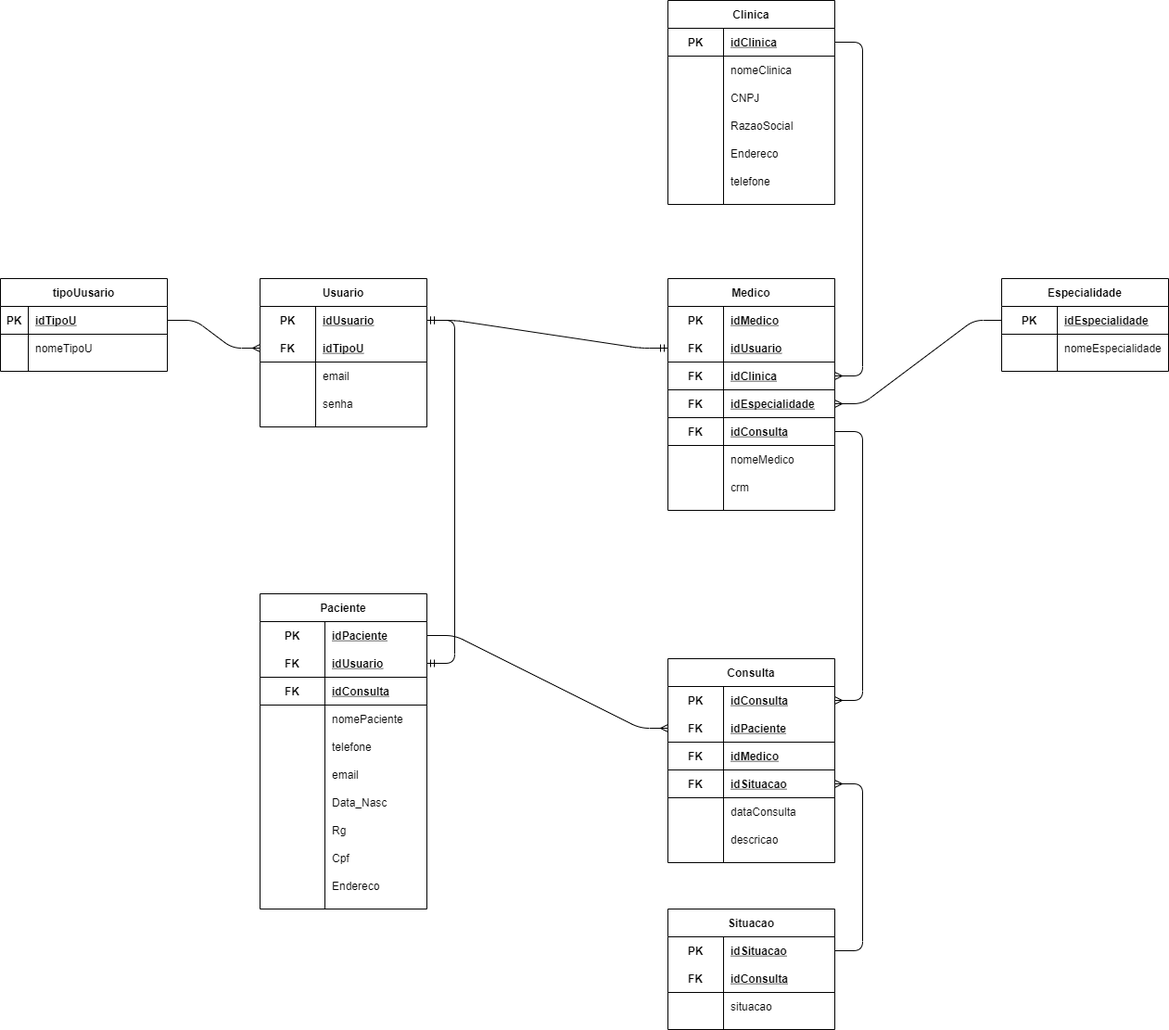
Before: modelagens/Modelo_logico-Lógico.png, a diagram exported from draw.io (EdsonJunior04/Projeto-SP-Med.-Group). Source tidied: cells renumbered, new cells last; positions are measured from the earlier drawing's top-left corner, leaving out a move shared by most shapes.
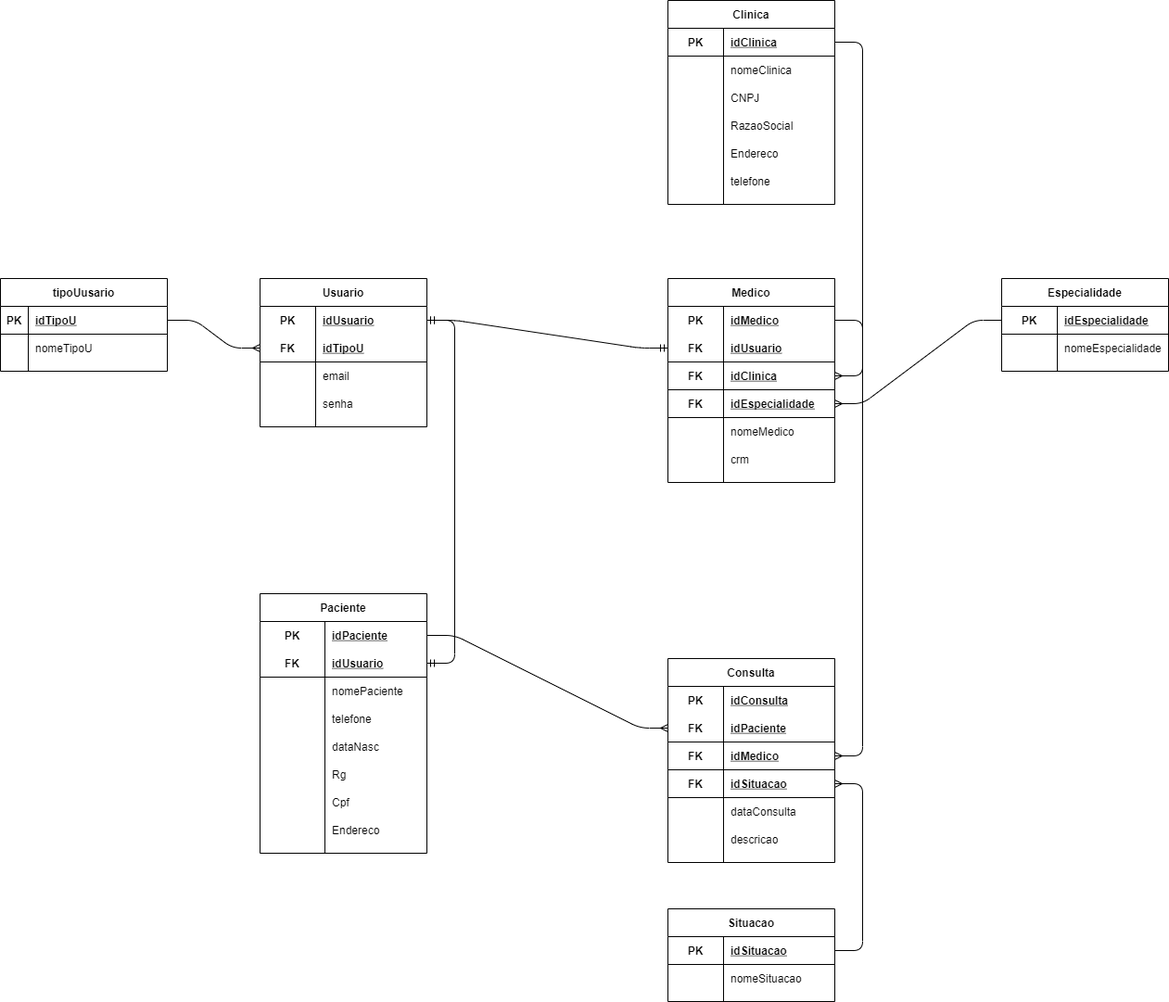
The same file after the commit.

Change to the diagram source:
```diff
@@ -63,7 +63,7 @@
       <mxGeometry x="60" width="120" height="30" as="geometry" />
     </mxCell>
     <mxCell id="22" value="Medico" style="shape=table;startSize=30;rowLines=0;fontStyle=1;align=center;" parent="1" vertex="1">
-      <mxGeometry x="720" y="300" width="180" height="250" as="geometry" />
+      <mxGeometry x="720" y="300" width="180" height="220" as="geometry" />
     </mxCell>
     <mxCell id="23" style="shape=partialRectangle;fillColor=none;top=0;left=0;bottom=0;right=0;points=[[0,0.5],[1,0.5]];portConstraint=eastwest;" parent="22" vertex="1">
       <mxGeometry y="30" width="180" height="30" as="geometry" />
@@ -101,17 +101,8 @@
     <mxCell id="34" value="idEspecialidade" style="shape=partialRectangle;fillColor=none;top=0;left=0;bottom=0;right=0;align=left;spacingLeft=6;fontStyle=5;overflow=hidden;" parent="32" vertex="1">
       <mxGeometry x="60" width="120" height="30" as="geometry" />
     </mxCell>
-    <mxCell id="35" style="shape=partialRectangle;fillColor=none;top=0;left=0;bottom=1;right=0;points=[[0,0.5],[1,0.5]];portConstraint=eastwest;" parent="22" vertex="1">
-      <mxGeometry y="150" width="180" height="30" as="geometry" />
-    </mxCell>
-    <mxCell id="36" value="FK" style="shape=partialRectangle;fillColor=none;top=0;left=0;bottom=0;right=0;fontStyle=1;overflow=hidden;" parent="35" vertex="1">
-      <mxGeometry width="60" height="30" as="geometry" />
-    </mxCell>
-    <mxCell id="37" value="idConsulta" style="shape=partialRectangle;fillColor=none;top=0;left=0;bottom=0;right=0;align=left;spacingLeft=6;fontStyle=5;overflow=hidden;" parent="35" vertex="1">
-      <mxGeometry x="60" width="120" height="30" as="geometry" />
-    </mxCell>
     <mxCell id="38" style="shape=partialRectangle;fillColor=none;top=0;left=0;bottom=0;right=0;" parent="22" vertex="1">
-      <mxGeometry y="180" width="180" height="30" as="geometry" />
+      <mxGeometry y="150" width="180" height="30" as="geometry" />
     </mxCell>
     <mxCell id="39" style="shape=partialRectangle;fillColor=none;top=0;left=0;bottom=0;right=0;overflow=hidden;" parent="38" vertex="1">
       <mxGeometry width="60" height="30" as="geometry" />
@@ -120,7 +111,7 @@
       <mxGeometry x="60" width="120" height="30" as="geometry" />
     </mxCell>
     <mxCell id="41" style="shape=partialRectangle;fillColor=none;top=0;left=0;bottom=0;right=0;" parent="22" vertex="1">
-      <mxGeometry y="210" width="180" height="30" as="geometry" />
+      <mxGeometry y="180" width="180" height="30" as="geometry" />
     </mxCell>
     <mxCell id="42" style="shape=partialRectangle;fillColor=none;top=0;left=0;bottom=0;right=0;overflow=hidden;" parent="41" vertex="1">
       <mxGeometry width="60" height="30" as="geometry" />
@@ -207,7 +198,7 @@
       <mxGeometry x="60" width="120" height="30" as="geometry" />
     </mxCell>
     <mxCell id="70" value="Paciente" style="shape=table;startSize=30;rowLines=0;fontStyle=1;align=center;" parent="1" vertex="1">
-      <mxGeometry x="280" y="640" width="180" height="340" as="geometry" />
+      <mxGeometry x="280" y="640" width="180" height="280" as="geometry" />
     </mxCell>
     <mxCell id="71" style="shape=partialRectangle;fillColor=none;top=0;left=0;bottom=0;right=0;points=[[0,0.5],[1,0.5]];portConstraint=eastwest;" parent="70" vertex="1">
       <mxGeometry y="30" width="180" height="30" as="geometry" />
@@ -227,17 +218,8 @@
     <mxCell id="76" value="idUsuario" style="shape=partialRectangle;fillColor=none;top=0;left=0;bottom=0;right=0;align=left;spacingLeft=6;fontStyle=5;overflow=hidden;" parent="74" vertex="1">
       <mxGeometry x="70" width="110" height="30" as="geometry" />
     </mxCell>
-    <mxCell id="77" style="shape=partialRectangle;fillColor=none;top=0;left=0;bottom=1;right=0;" parent="70" vertex="1">
-      <mxGeometry y="90" width="180" height="30" as="geometry" />
-    </mxCell>
-    <mxCell id="78" value="FK" style="shape=partialRectangle;fillColor=none;top=0;left=0;bottom=0;right=0;fontStyle=1;overflow=hidden;" parent="77" vertex="1">
-      <mxGeometry width="70" height="30" as="geometry" />
-    </mxCell>
-    <mxCell id="79" value="idConsulta" style="shape=partialRectangle;fillColor=none;top=0;left=0;bottom=0;right=0;align=left;spacingLeft=6;fontStyle=5;overflow=hidden;" parent="77" vertex="1">
-      <mxGeometry x="70" width="110" height="30" as="geometry" />
-    </mxCell>
     <mxCell id="80" style="shape=partialRectangle;fillColor=none;top=0;left=0;bottom=0;right=0;" parent="70" vertex="1">
-      <mxGeometry y="120" width="180" height="30" as="geometry" />
+      <mxGeometry y="90" width="180" height="30" as="geometry" />
     </mxCell>
     <mxCell id="81" style="shape=partialRectangle;fillColor=none;top=0;left=0;bottom=0;right=0;overflow=hidden;" parent="80" vertex="1">
       <mxGeometry width="70" height="30" as="geometry" />
@@ -246,7 +228,7 @@
       <mxGeometry x="70" width="110" height="30" as="geometry" />
     </mxCell>
     <mxCell id="83" style="shape=partialRectangle;fillColor=none;top=0;left=0;bottom=0;right=0;" parent="70" vertex="1">
-      <mxGeometry y="150" width="180" height="30" as="geometry" />
+      <mxGeometry y="120" width="180" height="30" as="geometry" />
     </mxCell>
     <mxCell id="84" style="shape=partialRectangle;fillColor=none;top=0;left=0;bottom=0;right=0;overflow=hidden;" parent="83" vertex="1">
       <mxGeometry width="70" height="30" as="geometry" />
@@ -254,26 +236,17 @@
     <mxCell id="85" value="telefone" style="shape=partialRectangle;fillColor=none;top=0;left=0;bottom=0;right=0;align=left;spacingLeft=6;overflow=hidden;" parent="83" vertex="1">
       <mxGeometry x="70" width="110" height="30" as="geometry" />
     </mxCell>
-    <mxCell id="86" style="shape=partialRectangle;fillColor=none;top=0;left=0;bottom=0;right=0;" parent="70" vertex="1">
-      <mxGeometry y="180" width="180" height="30" as="geometry" />
-    </mxCell>
-    <mxCell id="87" style="shape=partialRectangle;fillColor=none;top=0;left=0;bottom=0;right=0;overflow=hidden;" parent="86" vertex="1">
-      <mxGeometry width="70" height="30" as="geometry" />
-    </mxCell>
-    <mxCell id="88" value="email" style="shape=partialRectangle;fillColor=none;top=0;left=0;bottom=0;right=0;align=left;spacingLeft=6;overflow=hidden;" parent="86" vertex="1">
-      <mxGeometry x="70" width="110" height="30" as="geometry" />
-    </mxCell>
     <mxCell id="89" style="shape=partialRectangle;fillColor=none;top=0;left=0;bottom=0;right=0;" parent="70" vertex="1">
-      <mxGeometry y="210" width="180" height="30" as="geometry" />
+      <mxGeometry y="150" width="180" height="30" as="geometry" />
     </mxCell>
     <mxCell id="90" style="shape=partialRectangle;fillColor=none;top=0;left=0;bottom=0;right=0;overflow=hidden;" parent="89" vertex="1">
       <mxGeometry width="70" height="30" as="geometry" />
     </mxCell>
-    <mxCell id="91" value="Data_Nasc" style="shape=partialRectangle;fillColor=none;top=0;left=0;bottom=0;right=0;align=left;spacingLeft=6;overflow=hidden;" parent="89" vertex="1">
+    <mxCell id="91" value="dataNasc" style="shape=partialRectangle;fillColor=none;top=0;left=0;bottom=0;right=0;align=left;spacingLeft=6;overflow=hidden;" parent="89" vertex="1">
       <mxGeometry x="70" width="110" height="30" as="geometry" />
     </mxCell>
     <mxCell id="92" style="shape=partialRectangle;fillColor=none;top=0;left=0;bottom=0;right=0;" parent="70" vertex="1">
-      <mxGeometry y="240" width="180" height="30" as="geometry" />
+      <mxGeometry y="180" width="180" height="30" as="geometry" />
     </mxCell>
     <mxCell id="93" style="shape=partialRectangle;fillColor=none;top=0;left=0;bottom=0;right=0;overflow=hidden;" parent="92" vertex="1">
       <mxGeometry width="70" height="30" as="geometry" />
@@ -282,7 +255,7 @@
       <mxGeometry x="70" width="110" height="30" as="geometry" />
     </mxCell>
     <mxCell id="95" style="shape=partialRectangle;fillColor=none;top=0;left=0;bottom=0;right=0;" parent="70" vertex="1">
-      <mxGeometry y="270" width="180" height="30" as="geometry" />
+      <mxGeometry y="210" width="180" height="30" as="geometry" />
     </mxCell>
     <mxCell id="96" style="shape=partialRectangle;fillColor=none;top=0;left=0;bottom=0;right=0;overflow=hidden;" parent="95" vertex="1">
       <mxGeometry width="70" height="30" as="geometry" />
@@ -291,7 +264,7 @@
       <mxGeometry x="70" width="110" height="30" as="geometry" />
     </mxCell>
     <mxCell id="98" style="shape=partialRectangle;fillColor=none;top=0;left=0;bottom=0;right=0;" parent="70" vertex="1">
-      <mxGeometry y="300" width="180" height="30" as="geometry" />
+      <mxGeometry y="240" width="180" height="30" as="geometry" />
     </mxCell>
     <mxCell id="99" style="shape=partialRectangle;fillColor=none;top=0;left=0;bottom=0;right=0;overflow=hidden;" parent="98" vertex="1">
       <mxGeometry width="70" height="30" as="geometry" />
@@ -357,33 +330,24 @@
       <mxGeometry x="60" width="120" height="30" as="geometry" />
     </mxCell>
     <mxCell id="120" value="Situacao" style="shape=table;startSize=30;rowLines=0;fontStyle=1;align=center;" parent="1" vertex="1">
-      <mxGeometry x="720" y="980" width="180" height="130" as="geometry" />
+      <mxGeometry x="720" y="980" width="180" height="100" as="geometry" />
     </mxCell>
-    <mxCell id="121" style="shape=partialRectangle;fillColor=none;top=0;left=0;bottom=0;right=0;points=[[0,0.5],[1,0.5]];portConstraint=eastwest;" parent="120" vertex="1">
-      <mxGeometry y="30" width="180" height="30" as="geometry" />
-    </mxCell>
-    <mxCell id="122" value="PK" style="shape=partialRectangle;fillColor=none;top=0;left=0;bottom=0;right=0;fontStyle=1;overflow=hidden;" parent="121" vertex="1">
-      <mxGeometry width="60" height="30" as="geometry" />
-    </mxCell>
-    <mxCell id="123" value="idSituacao" style="shape=partialRectangle;fillColor=none;top=0;left=0;bottom=0;right=0;align=left;spacingLeft=6;fontStyle=5;overflow=hidden;" parent="121" vertex="1">
-      <mxGeometry x="60" width="120" height="30" as="geometry" />
-    </mxCell>
     <mxCell id="124" style="shape=partialRectangle;fillColor=none;top=0;left=0;bottom=1;right=0;" parent="120" vertex="1">
-      <mxGeometry y="60" width="180" height="30" as="geometry" />
+      <mxGeometry y="30" width="180" height="30" as="geometry" />
     </mxCell>
-    <mxCell id="125" value="FK" style="shape=partialRectangle;fillColor=none;top=0;left=0;bottom=0;right=0;fontStyle=1;overflow=hidden;" parent="124" vertex="1">
+    <mxCell id="125" value="PK" style="shape=partialRectangle;fillColor=none;top=0;left=0;bottom=0;right=0;fontStyle=1;overflow=hidden;" parent="124" vertex="1">
       <mxGeometry width="60" height="30" as="geometry" />
     </mxCell>
-    <mxCell id="126" value="idConsulta" style="shape=partialRectangle;fillColor=none;top=0;left=0;bottom=0;right=0;align=left;spacingLeft=6;fontStyle=5;overflow=hidden;" parent="124" vertex="1">
+    <mxCell id="126" value="idSituacao" style="shape=partialRectangle;fillColor=none;top=0;left=0;bottom=0;right=0;align=left;spacingLeft=6;fontStyle=5;overflow=hidden;" parent="124" vertex="1">
       <mxGeometry x="60" width="120" height="30" as="geometry" />
     </mxCell>
     <mxCell id="127" style="shape=partialRectangle;fillColor=none;top=0;left=0;bottom=0;right=0;" parent="120" vertex="1">
-      <mxGeometry y="90" width="180" height="30" as="geometry" />
+      <mxGeometry y="60" width="180" height="30" as="geometry" />
     </mxCell>
     <mxCell id="128" style="shape=partialRectangle;fillColor=none;top=0;left=0;bottom=0;right=0;overflow=hidden;" parent="127" vertex="1">
       <mxGeometry width="60" height="30" as="geometry" />
     </mxCell>
-    <mxCell id="129" value="situacao" style="shape=partialRectangle;fillColor=none;top=0;left=0;bottom=0;right=0;align=left;spacingLeft=6;overflow=hidden;" parent="127" vertex="1">
+    <mxCell id="129" value="nomeSituacao" style="shape=partialRectangle;fillColor=none;top=0;left=0;bottom=0;right=0;align=left;spacingLeft=6;overflow=hidden;" parent="127" vertex="1">
       <mxGeometry x="60" width="120" height="30" as="geometry" />
     </mxCell>
     <mxCell id="130" style="edgeStyle=entityRelationEdgeStyle;fontSize=12;html=1;endArrow=ERmany;exitX=1;exitY=0.5;exitDx=0;exitDy=0;entryX=0;entryY=0.5;entryDx=0;entryDy=0;" parent="1" edge="1" source="3" target="13">
@@ -401,14 +365,16 @@
     <mxCell id="134" style="edgeStyle=entityRelationEdgeStyle;fontSize=12;html=1;endArrow=ERmany;exitX=0;exitY=0.5;exitDx=0;exitDy=0;entryX=1;entryY=0.5;entryDx=0;entryDy=0;" parent="1" edge="1" source="45" target="32">
       <mxGeometry relative="1" as="geometry" />
     </mxCell>
-    <mxCell id="135" style="edgeStyle=entityRelationEdgeStyle;fontSize=12;html=1;endArrow=ERmany;exitX=1;exitY=0.5;exitDx=0;exitDy=0;entryX=1;entryY=0.5;entryDx=0;entryDy=0;" parent="1" edge="1" source="35" target="102">
+    <mxCell id="135" style="edgeStyle=entityRelationEdgeStyle;fontSize=12;html=1;endArrow=ERmany;exitX=1;exitY=0.5;exitDx=0;exitDy=0;entryX=1;entryY=0.5;entryDx=0;entryDy=0;" parent="1" edge="1" source="23" target="108">
       <mxGeometry relative="1" as="geometry" />
     </mxCell>
     <mxCell id="136" style="edgeStyle=entityRelationEdgeStyle;fontSize=12;html=1;endArrow=ERmany;exitX=1;exitY=0.5;exitDx=0;exitDy=0;entryX=0;entryY=0.5;entryDx=0;entryDy=0;" parent="1" edge="1" source="71" target="105">
       <mxGeometry relative="1" as="geometry" />
     </mxCell>
-    <mxCell id="137" style="edgeStyle=entityRelationEdgeStyle;fontSize=12;html=1;endArrow=ERmany;entryX=1;entryY=0.5;entryDx=0;entryDy=0;" parent="1" edge="1" source="121" target="111">
-      <mxGeometry relative="1" as="geometry" />
+    <mxCell id="137" style="edgeStyle=entityRelationEdgeStyle;fontSize=12;html=1;endArrow=ERmany;entryX=1;entryY=0.5;entryDx=0;entryDy=0;" parent="1" edge="1" target="111">
+      <mxGeometry relative="1" as="geometry">
+        <mxPoint x="900" y="1025" as="sourcePoint" />
+      </mxGeometry>
     </mxCell>
   </root>
 </mxGraphModel>
```
